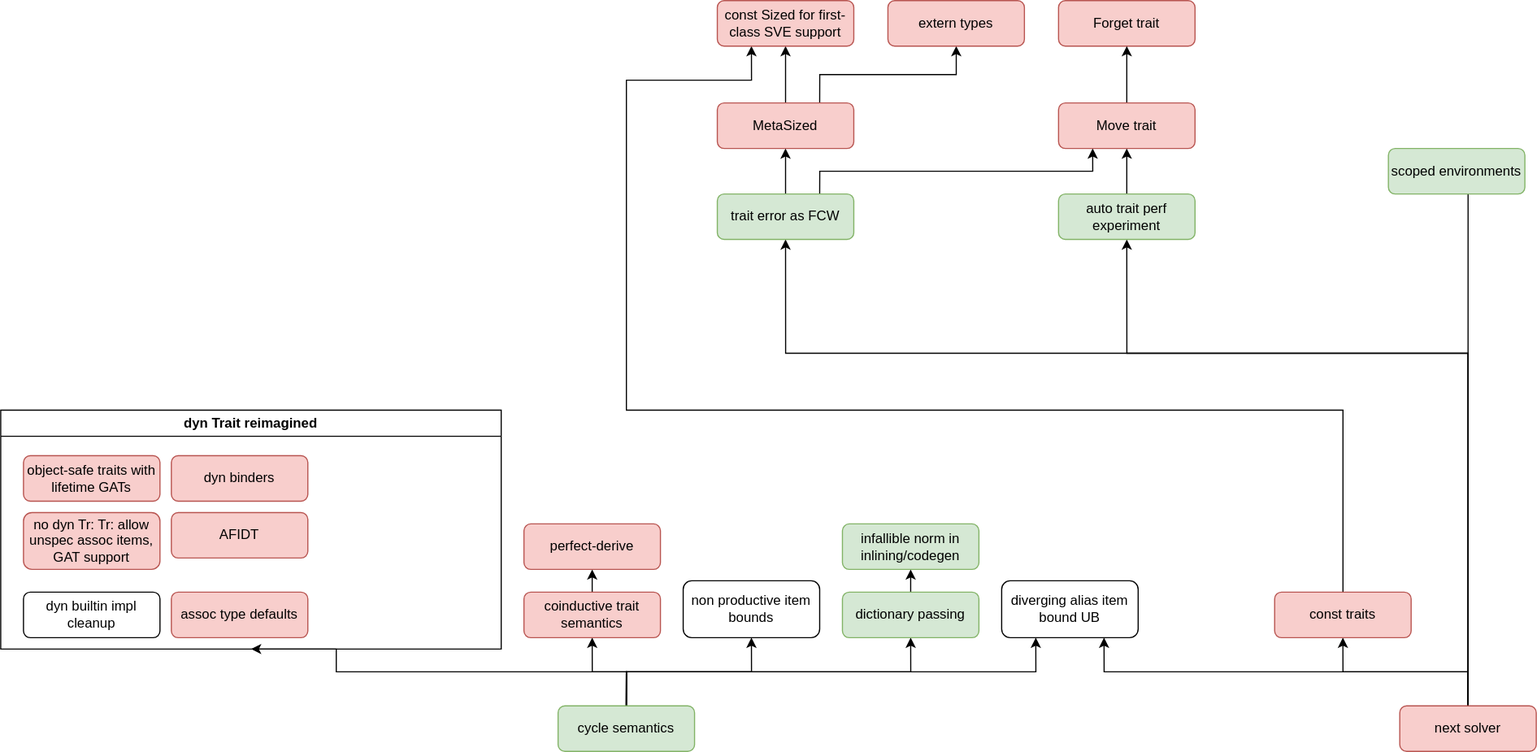
Before: roadmap.svg, a diagram exported from draw.io (lcnr/roadmap). Source tidied: cells renumbered, new cells last; positions are measured from the earlier drawing's top-left corner, leaving out a move shared by most shapes.
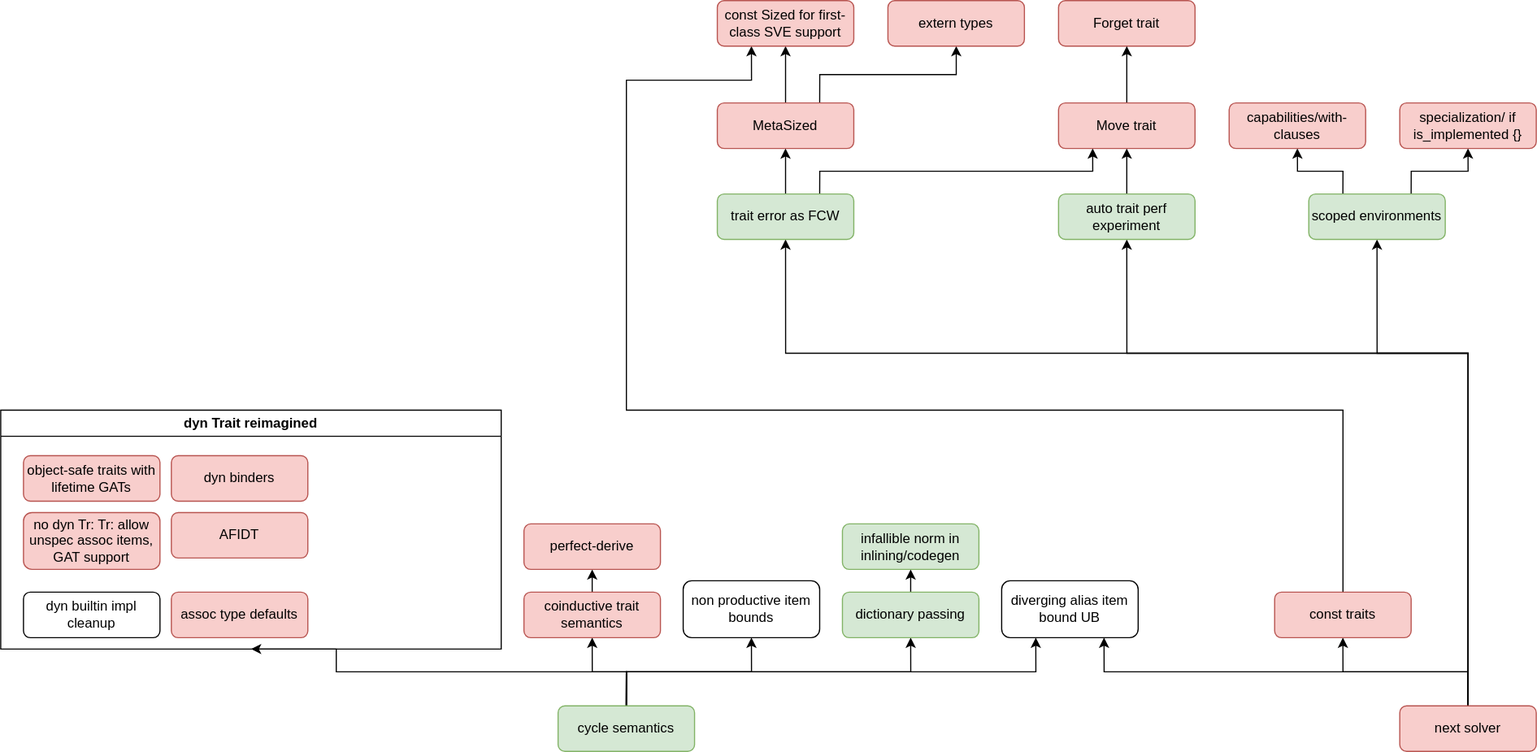
After the commit.

Diff of the diagram source:
```diff
@@ -78,7 +78,8 @@
     <mxCell id="23" style="edgeStyle=orthogonalEdgeStyle;rounded=0;jettySize=auto;html=1;exitX=0.5;exitY=0;exitDx=0;exitDy=0;entryX=0.5;entryY=1;entryDx=0;entryDy=0;" parent="1" edge="1" source="26" target="31">
       <mxGeometry relative="1" as="geometry">
         <Array as="points">
-          <mxPoint x="1290" y="160" />
+          <mxPoint x="1290" y="310" />
+          <mxPoint x="1210" y="310" />
         </Array>
       </mxGeometry>
     </mxCell>
@@ -120,8 +121,14 @@
     <mxCell id="30" value="&lt;a href=&quot;https://github.com/rust-lang/rust/issues/135011&quot;&gt;diverging alias item bound UB&lt;/a&gt;" style="rounded=1;whiteSpace=wrap;html=1;fillColor=light-dark(#FFFFFF,#FF3333);" parent="1" vertex="1">
       <mxGeometry x="880" y="510" width="120" height="50" as="geometry" />
     </mxCell>
+    <mxCell id="45" style="edgeStyle=orthogonalEdgeStyle;rounded=0;jettySize=auto;html=1;exitX=0.25;exitY=0;exitDx=0;exitDy=0;entryX=0.5;entryY=1;entryDx=0;entryDy=0;" parent="1" edge="1" source="31" target="47">
+      <mxGeometry relative="1" as="geometry" />
+    </mxCell>
+    <mxCell id="46" style="edgeStyle=orthogonalEdgeStyle;rounded=0;jettySize=auto;html=1;exitX=0.75;exitY=0;exitDx=0;exitDy=0;entryX=0.5;entryY=1;entryDx=0;entryDy=0;" parent="1" edge="1" source="31" target="48">
+      <mxGeometry relative="1" as="geometry" />
+    </mxCell>
     <mxCell id="31" value="scoped environments" style="rounded=1;whiteSpace=wrap;html=1;fillColor=#d5e8d4;strokeColor=#82b366;" parent="1" vertex="1">
-      <mxGeometry x="1220" y="130" width="120" height="40" as="geometry" />
+      <mxGeometry x="1150" y="170" width="120" height="40" as="geometry" />
     </mxCell>
     <mxCell id="32" style="edgeStyle=orthogonalEdgeStyle;rounded=0;jettySize=auto;html=1;exitX=0.5;exitY=0;exitDx=0;exitDy=0;entryX=0.5;entryY=1;entryDx=0;entryDy=0;" parent="1" edge="1" source="33" target="44">
       <mxGeometry relative="1" as="geometry" />
@@ -162,5 +169,11 @@
     <mxCell id="44" value="Move trait" style="rounded=1;whiteSpace=wrap;html=1;fillColor=#f8cecc;strokeColor=#b85450;" parent="1" vertex="1">
       <mxGeometry x="930" y="90" width="120" height="40" as="geometry" />
     </mxCell>
+    <mxCell id="47" value="capabilities/with-clauses" style="rounded=1;whiteSpace=wrap;html=1;fillColor=#f8cecc;strokeColor=#b85450;" parent="1" vertex="1">
+      <mxGeometry x="1080" y="90" width="120" height="40" as="geometry" />
+    </mxCell>
+    <mxCell id="48" value="specialization/ if is_implemented {}" style="rounded=1;whiteSpace=wrap;html=1;fillColor=#f8cecc;strokeColor=#b85450;" parent="1" vertex="1">
+      <mxGeometry x="1230" y="90" width="120" height="40" as="geometry" />
+    </mxCell>
   </root>
 </mxGraphModel>
```
